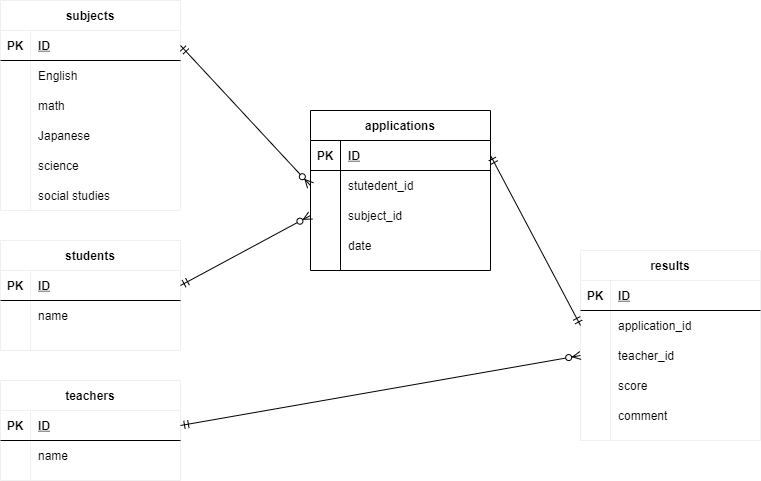
aquarius1905/coachtech-databasedesign-exercise keeps this draw.io diagram as exercise.drawio.png. Above is the earlier version. Source tidied: cells renumbered, new cells last; positions are measured from the earlier drawing's top-left corner, leaving out a move shared by most shapes.
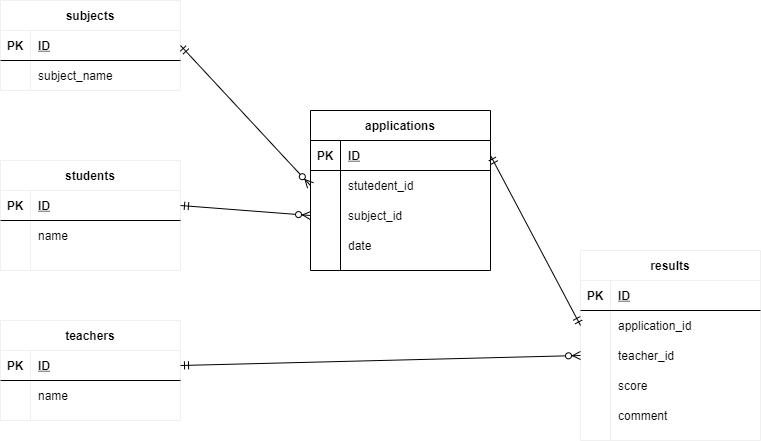
Later version of the same file.

Diff of the diagram source:
```diff
@@ -3,7 +3,7 @@
     <mxCell id="0" />
     <mxCell id="1" parent="0" />
     <mxCell id="2" value="subjects" style="shape=table;startSize=30;rowLines=0;fontStyle=1;align=center;strokeColor=#f0f0f0;" parent="1" vertex="1">
-      <mxGeometry width="180" height="210" as="geometry" />
+      <mxGeometry width="180" height="90" as="geometry" />
     </mxCell>
     <mxCell id="3" style="shape=partialRectangle;fillColor=none;top=0;left=0;bottom=1;right=0;points=[[0,0.5],[1,0.5]];portConstraint=eastwest;" parent="2" vertex="1">
       <mxGeometry y="30" width="180" height="30" as="geometry" />
@@ -20,47 +20,11 @@
     <mxCell id="7" style="shape=partialRectangle;fillColor=none;top=0;left=0;bottom=0;right=0;overflow=hidden;" parent="6" vertex="1">
       <mxGeometry width="30" height="30" as="geometry" />
     </mxCell>
-    <mxCell id="8" value="English" style="shape=partialRectangle;fillColor=none;top=0;left=0;bottom=0;right=0;align=left;spacingLeft=6;overflow=hidden;" parent="6" vertex="1">
+    <mxCell id="8" value="subject_name" style="shape=partialRectangle;fillColor=none;top=0;left=0;bottom=0;right=0;align=left;spacingLeft=6;overflow=hidden;" parent="6" vertex="1">
       <mxGeometry x="30" width="150" height="30" as="geometry" />
     </mxCell>
-    <mxCell id="9" style="shape=partialRectangle;fillColor=none;top=0;left=0;bottom=0;right=0;" parent="2" vertex="1">
-      <mxGeometry y="90" width="180" height="30" as="geometry" />
-    </mxCell>
-    <mxCell id="10" style="shape=partialRectangle;fillColor=none;top=0;left=0;bottom=0;right=0;overflow=hidden;" parent="9" vertex="1">
-      <mxGeometry width="30" height="30" as="geometry" />
-    </mxCell>
-    <mxCell id="11" value="math" style="shape=partialRectangle;fillColor=none;top=0;left=0;bottom=0;right=0;align=left;spacingLeft=6;overflow=hidden;" parent="9" vertex="1">
-      <mxGeometry x="30" width="150" height="30" as="geometry" />
-    </mxCell>
-    <mxCell id="12" style="shape=partialRectangle;fillColor=none;top=0;left=0;bottom=0;right=0;" parent="2" vertex="1">
-      <mxGeometry y="120" width="180" height="30" as="geometry" />
-    </mxCell>
-    <mxCell id="13" style="shape=partialRectangle;fillColor=none;top=0;left=0;bottom=0;right=0;overflow=hidden;" parent="12" vertex="1">
-      <mxGeometry width="30" height="30" as="geometry" />
-    </mxCell>
-    <mxCell id="14" value="Japanese" style="shape=partialRectangle;fillColor=none;top=0;left=0;bottom=0;right=0;align=left;spacingLeft=6;overflow=hidden;" parent="12" vertex="1">
-      <mxGeometry x="30" width="150" height="30" as="geometry" />
-    </mxCell>
-    <mxCell id="15" style="shape=partialRectangle;fillColor=none;top=0;left=0;bottom=0;right=0;" parent="2" vertex="1">
-      <mxGeometry y="150" width="180" height="30" as="geometry" />
-    </mxCell>
-    <mxCell id="16" style="shape=partialRectangle;fillColor=none;top=0;left=0;bottom=0;right=0;overflow=hidden;" parent="15" vertex="1">
-      <mxGeometry width="30" height="30" as="geometry" />
-    </mxCell>
-    <mxCell id="17" value="science" style="shape=partialRectangle;fillColor=none;top=0;left=0;bottom=0;right=0;align=left;spacingLeft=6;overflow=hidden;" parent="15" vertex="1">
-      <mxGeometry x="30" width="150" height="30" as="geometry" />
-    </mxCell>
-    <mxCell id="18" style="shape=partialRectangle;fillColor=none;top=0;left=0;bottom=0;right=0;" parent="2" vertex="1">
-      <mxGeometry y="180" width="180" height="30" as="geometry" />
-    </mxCell>
-    <mxCell id="19" style="shape=partialRectangle;fillColor=none;top=0;left=0;bottom=0;right=0;overflow=hidden;" parent="18" vertex="1">
-      <mxGeometry width="30" height="30" as="geometry" />
-    </mxCell>
-    <mxCell id="20" value="social studies" style="shape=partialRectangle;fillColor=none;top=0;left=0;bottom=0;right=0;align=left;spacingLeft=6;overflow=hidden;" parent="18" vertex="1">
-      <mxGeometry x="30" width="150" height="30" as="geometry" />
-    </mxCell>
     <mxCell id="21" value="teachers" style="shape=table;startSize=30;rowLines=0;fontStyle=1;align=center;strokeColor=#f0f0f0;" parent="1" vertex="1">
-      <mxGeometry y="380" width="180" height="100" as="geometry" />
+      <mxGeometry y="320" width="180" height="100" as="geometry" />
     </mxCell>
     <mxCell id="22" style="shape=partialRectangle;fillColor=none;top=0;left=0;bottom=1;right=0;points=[[0,0.5],[1,0.5]];portConstraint=eastwest;" parent="21" vertex="1">
       <mxGeometry y="30" width="180" height="30" as="geometry" />
@@ -129,7 +93,7 @@
       <mxGeometry x="30" width="150" height="30" as="geometry" />
     </mxCell>
     <mxCell id="44" value="students" style="shape=table;startSize=30;rowLines=0;fontStyle=1;align=center;strokeColor=#f0f0f0;" parent="1" vertex="1">
-      <mxGeometry y="240" width="180" height="110" as="geometry" />
+      <mxGeometry y="160" width="180" height="110" as="geometry" />
     </mxCell>
     <mxCell id="45" style="shape=partialRectangle;fillColor=none;top=0;left=0;bottom=1;right=0;points=[[0,0.5],[1,0.5]];portConstraint=eastwest;" parent="44" vertex="1">
       <mxGeometry y="30" width="180" height="30" as="geometry" />
```
